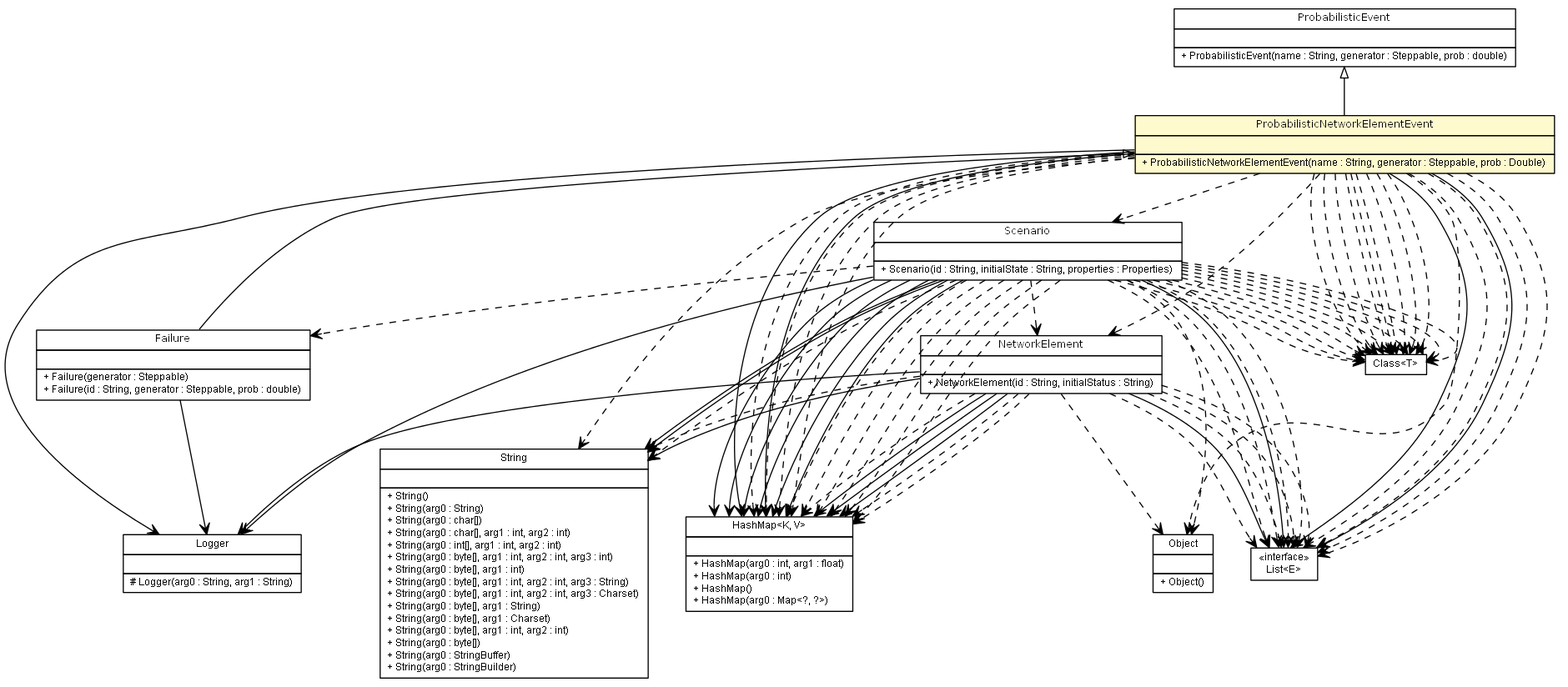
This is apidocs/es/upm/dit/gsi/shanks/model/event/networkelement/ProbabilisticNetworkElementEvent.png from gsi-upm/Shanks, a Graphviz export, as it was before one commit. Its source is kept beside it as apidocs/es/upm/dit/gsi/shanks/model/event/networkelement/ProbabilisticNetworkElementEvent.dot.
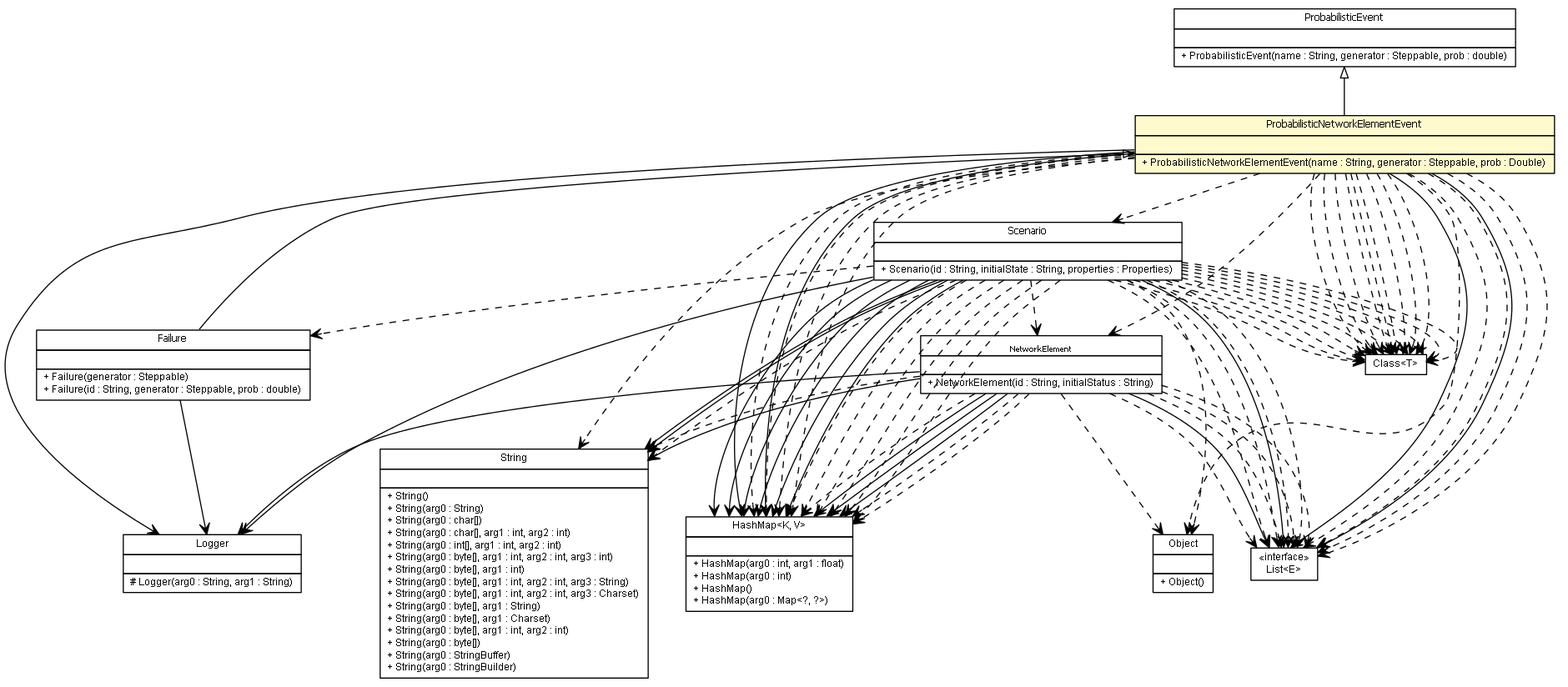
The same diagram one commit later.

What changed in the source:
```diff
@@ -85,59 +85,59 @@
 	c6048:p -> c6076:p [taillabel="", label="", headlabel="", fontname="arial", fontcolor="black", fontsize=10.0, color="black", arrowhead=open];
 	c6048:p -> c6076:p [taillabel="", label="", headlabel="", fontname="arial", fontcolor="black", fontsize=10.0, color="black", arrowhead=open];
 	c6031:p -> c6077:p [taillabel="", label="", headlabel="", fontname="arial", fontcolor="black", fontsize=10.0, color="black", arrowhead=open, style=dashed];
-	c6031:p -> c6076:p [taillabel="", label="", headlabel="", fontname="arial", fontcolor="black", fontsize=10.0, color="black", arrowhead=open, style=dashed];
-	c6031:p -> c6077:p [taillabel="", label="", headlabel="", fontname="arial", fontcolor="black", fontsize=10.0, color="black", arrowhead=open, style=dashed];
-	c6031:p -> c6076:p [taillabel="", label="", headlabel="", fontname="arial", fontcolor="black", fontsize=10.0, color="black", arrowhead=open, style=dashed];
 	c6031:p -> c6077:p [taillabel="", label="", headlabel="", fontname="arial", fontcolor="black", fontsize=10.0, color="black", arrowhead=open, style=dashed];
 	c6031:p -> c6075:p [taillabel="", label="", headlabel="", fontname="arial", fontcolor="black", fontsize=10.0, color="black", arrowhead=open, style=dashed];
 	c6031:p -> c6076:p [taillabel="", label="", headlabel="", fontname="arial", fontcolor="black", fontsize=10.0, color="black", arrowhead=open, style=dashed];
 	c6031:p -> c6077:p [taillabel="", label="", headlabel="", fontname="arial", fontcolor="black", fontsize=10.0, color="black", arrowhead=open, style=dashed];
+	c6031:p -> c6077:p [taillabel="", label="", headlabel="", fontname="arial", fontcolor="black", fontsize=10.0, color="black", arrowhead=open, style=dashed];
+	c6031:p -> c6076:p [taillabel="", label="", headlabel="", fontname="arial", fontcolor="black", fontsize=10.0, color="black", arrowhead=open, style=dashed];
+	c6031:p -> c6076:p [taillabel="", label="", headlabel="", fontname="arial", fontcolor="black", fontsize=10.0, color="black", arrowhead=open, style=dashed];
 	c6031:p -> c6078:p [taillabel="", label="", headlabel="", fontname="arial", fontcolor="black", fontsize=10.0, color="black", arrowhead=open, style=dashed];
+	c6044:p -> c6076:p [taillabel="", label="", headlabel="", fontname="arial", fontcolor="black", fontsize=10.0, color="black", arrowhead=open, style=dashed];
+	c6044:p -> c6077:p [taillabel="", label="", headlabel="", fontname="arial", fontcolor="black", fontsize=10.0, color="black", arrowhead=open, style=dashed];
+	c6044:p -> c6079:p [taillabel="", label="", headlabel="", fontname="arial", fontcolor="black", fontsize=10.0, color="black", arrowhead=open, style=dashed];
+	c6044:p -> c6079:p [taillabel="", label="", headlabel="", fontname="arial", fontcolor="black", fontsize=10.0, color="black", arrowhead=open, style=dashed];
+	c6044:p -> c6075:p [taillabel="", label="", headlabel="", fontname="arial", fontcolor="black", fontsize=10.0, color="black", arrowhead=open, style=dashed];
+	c6044:p -> c6076:p [taillabel="", label="", headlabel="", fontname="arial", fontcolor="black", fontsize=10.0, color="black", arrowhead=open, style=dashed];
+	c6044:p -> c6077:p [taillabel="", label="", headlabel="", fontname="arial", fontcolor="black", fontsize=10.0, color="black", arrowhead=open, style=dashed];
+	c6044:p -> c6048:p [taillabel="", label="", headlabel="", fontname="arial", fontcolor="black", fontsize=10.0, color="black", arrowhead=open, style=dashed];
 	c6044:p -> c6079:p [taillabel="", label="", headlabel="", fontname="arial", fontcolor="black", fontsize=10.0, color="black", arrowhead=open, style=dashed];
 	c6044:p -> c6076:p [taillabel="", label="", headlabel="", fontname="arial", fontcolor="black", fontsize=10.0, color="black", arrowhead=open, style=dashed];
 	c6044:p -> c6079:p [taillabel="", label="", headlabel="", fontname="arial", fontcolor="black", fontsize=10.0, color="black", arrowhead=open, style=dashed];
+	c6044:p -> c6077:p [taillabel="", label="", headlabel="", fontname="arial", fontcolor="black", fontsize=10.0, color="black", arrowhead=open, style=dashed];
 	c6044:p -> c6076:p [taillabel="", label="", headlabel="", fontname="arial", fontcolor="black", fontsize=10.0, color="black", arrowhead=open, style=dashed];
 	c6044:p -> c6079:p [taillabel="", label="", headlabel="", fontname="arial", fontcolor="black", fontsize=10.0, color="black", arrowhead=open, style=dashed];
+	c6044:p -> c6031:p [taillabel="", label="", headlabel="", fontname="arial", fontcolor="black", fontsize=10.0, color="black", arrowhead=open, style=dashed];
 	c6044:p -> c6079:p [taillabel="", label="", headlabel="", fontname="arial", fontcolor="black", fontsize=10.0, color="black", arrowhead=open, style=dashed];
+	c6044:p -> c6077:p [taillabel="", label="", headlabel="", fontname="arial", fontcolor="black", fontsize=10.0, color="black", arrowhead=open, style=dashed];
 	c6044:p -> c6079:p [taillabel="", label="", headlabel="", fontname="arial", fontcolor="black", fontsize=10.0, color="black", arrowhead=open, style=dashed];
 	c6044:p -> c6079:p [taillabel="", label="", headlabel="", fontname="arial", fontcolor="black", fontsize=10.0, color="black", arrowhead=open, style=dashed];
 	c6044:p -> c6078:p [taillabel="", label="", headlabel="", fontname="arial", fontcolor="black", fontsize=10.0, color="black", arrowhead=open, style=dashed];
-	c6044:p -> c6077:p [taillabel="", label="", headlabel="", fontname="arial", fontcolor="black", fontsize=10.0, color="black", arrowhead=open, style=dashed];
 	c6044:p -> c6079:p [taillabel="", label="", headlabel="", fontname="arial", fontcolor="black", fontsize=10.0, color="black", arrowhead=open, style=dashed];
-	c6044:p -> c6077:p [taillabel="", label="", headlabel="", fontname="arial", fontcolor="black", fontsize=10.0, color="black", arrowhead=open, style=dashed];
-	c6044:p -> c6031:p [taillabel="", label="", headlabel="", fontname="arial", fontcolor="black", fontsize=10.0, color="black", arrowhead=open, style=dashed];
-	c6044:p -> c6079:p [taillabel="", label="", headlabel="", fontname="arial", fontcolor="black", fontsize=10.0, color="black", arrowhead=open, style=dashed];
-	c6044:p -> c6077:p [taillabel="", label="", headlabel="", fontname="arial", fontcolor="black", fontsize=10.0, color="black", arrowhead=open, style=dashed];
-	c6044:p -> c6077:p [taillabel="", label="", headlabel="", fontname="arial", fontcolor="black", fontsize=10.0, color="black", arrowhead=open, style=dashed];
-	c6044:p -> c6048:p [taillabel="", label="", headlabel="", fontname="arial", fontcolor="black", fontsize=10.0, color="black", arrowhead=open, style=dashed];
-	c6044:p -> c6075:p [taillabel="", label="", headlabel="", fontname="arial", fontcolor="black", fontsize=10.0, color="black", arrowhead=open, style=dashed];
-	c6044:p -> c6079:p [taillabel="", label="", headlabel="", fontname="arial", fontcolor="black", fontsize=10.0, color="black", arrowhead=open, style=dashed];
-	c6044:p -> c6076:p [taillabel="", label="", headlabel="", fontname="arial", fontcolor="black", fontsize=10.0, color="black", arrowhead=open, style=dashed];
-	c6044:p -> c6076:p [taillabel="", label="", headlabel="", fontname="arial", fontcolor="black", fontsize=10.0, color="black", arrowhead=open, style=dashed];
-	c6048:p -> c6076:p [taillabel="", label="", headlabel="", fontname="arial", fontcolor="black", fontsize=10.0, color="black", arrowhead=open, style=dashed];
-	c6048:p -> c6076:p [taillabel="", label="", headlabel="", fontname="arial", fontcolor="black", fontsize=10.0, color="black", arrowhead=open, style=dashed];
-	c6048:p -> c6079:p [taillabel="", label="", headlabel="", fontname="arial", fontcolor="black", fontsize=10.0, color="black", arrowhead=open, style=dashed];
-	c6048:p -> c6076:p [taillabel="", label="", headlabel="", fontname="arial", fontcolor="black", fontsize=10.0, color="black", arrowhead=open, style=dashed];
-	c6048:p -> c6031:p [taillabel="", label="", headlabel="", fontname="arial", fontcolor="black", fontsize=10.0, color="black", arrowhead=open, style=dashed];
-	c6048:p -> c6079:p [taillabel="", label="", headlabel="", fontname="arial", fontcolor="black", fontsize=10.0, color="black", arrowhead=open, style=dashed];
-	c6048:p -> c6077:p [taillabel="", label="", headlabel="", fontname="arial", fontcolor="black", fontsize=10.0, color="black", arrowhead=open, style=dashed];
-	c6048:p -> c6079:p [taillabel="", label="", headlabel="", fontname="arial", fontcolor="black", fontsize=10.0, color="black", arrowhead=open, style=dashed];
 	c6048:p -> c6075:p [taillabel="", label="", headlabel="", fontname="arial", fontcolor="black", fontsize=10.0, color="black", arrowhead=open, style=dashed];
 	c6048:p -> c6079:p [taillabel="", label="", headlabel="", fontname="arial", fontcolor="black", fontsize=10.0, color="black", arrowhead=open, style=dashed];
 	c6048:p -> c6079:p [taillabel="", label="", headlabel="", fontname="arial", fontcolor="black", fontsize=10.0, color="black", arrowhead=open, style=dashed];
-	c6048:p -> c6041:p [taillabel="", label="", headlabel="", fontname="arial", fontcolor="black", fontsize=10.0, color="black", arrowhead=open, style=dashed];
+	c6048:p -> c6079:p [taillabel="", label="", headlabel="", fontname="arial", fontcolor="black", fontsize=10.0, color="black", arrowhead=open, style=dashed];
+	c6048:p -> c6079:p [taillabel="", label="", headlabel="", fontname="arial", fontcolor="black", fontsize=10.0, color="black", arrowhead=open, style=dashed];
+	c6048:p -> c6079:p [taillabel="", label="", headlabel="", fontname="arial", fontcolor="black", fontsize=10.0, color="black", arrowhead=open, style=dashed];
 	c6048:p -> c6076:p [taillabel="", label="", headlabel="", fontname="arial", fontcolor="black", fontsize=10.0, color="black", arrowhead=open, style=dashed];
-	c6048:p -> c6079:p [taillabel="", label="", headlabel="", fontname="arial", fontcolor="black", fontsize=10.0, color="black", arrowhead=open, style=dashed];
-	c6048:p -> c6077:p [taillabel="", label="", headlabel="", fontname="arial", fontcolor="black", fontsize=10.0, color="black", arrowhead=open, style=dashed];
-	c6048:p -> c6079:p [taillabel="", label="", headlabel="", fontname="arial", fontcolor="black", fontsize=10.0, color="black", arrowhead=open, style=dashed];
+	c6048:p -> c6076:p [taillabel="", label="", headlabel="", fontname="arial", fontcolor="black", fontsize=10.0, color="black", arrowhead=open, style=dashed];
 	c6048:p -> c6079:p [taillabel="", label="", headlabel="", fontname="arial", fontcolor="black", fontsize=10.0, color="black", arrowhead=open, style=dashed];
 	c6048:p -> c6078:p [taillabel="", label="", headlabel="", fontname="arial", fontcolor="black", fontsize=10.0, color="black", arrowhead=open, style=dashed];
 	c6048:p -> c6079:p [taillabel="", label="", headlabel="", fontname="arial", fontcolor="black", fontsize=10.0, color="black", arrowhead=open, style=dashed];
 	c6048:p -> c6076:p [taillabel="", label="", headlabel="", fontname="arial", fontcolor="black", fontsize=10.0, color="black", arrowhead=open, style=dashed];
+	c6048:p -> c6076:p [taillabel="", label="", headlabel="", fontname="arial", fontcolor="black", fontsize=10.0, color="black", arrowhead=open, style=dashed];
+	c6048:p -> c6041:p [taillabel="", label="", headlabel="", fontname="arial", fontcolor="black", fontsize=10.0, color="black", arrowhead=open, style=dashed];
+	c6048:p -> c6077:p [taillabel="", label="", headlabel="", fontname="arial", fontcolor="black", fontsize=10.0, color="black", arrowhead=open, style=dashed];
+	c6048:p -> c6076:p [taillabel="", label="", headlabel="", fontname="arial", fontcolor="black", fontsize=10.0, color="black", arrowhead=open, style=dashed];
+	c6048:p -> c6079:p [taillabel="", label="", headlabel="", fontname="arial", fontcolor="black", fontsize=10.0, color="black", arrowhead=open, style=dashed];
+	c6048:p -> c6031:p [taillabel="", label="", headlabel="", fontname="arial", fontcolor="black", fontsize=10.0, color="black", arrowhead=open, style=dashed];
+	c6048:p -> c6077:p [taillabel="", label="", headlabel="", fontname="arial", fontcolor="black", fontsize=10.0, color="black", arrowhead=open, style=dashed];
 	c6048:p -> c6079:p [taillabel="", label="", headlabel="", fontname="arial", fontcolor="black", fontsize=10.0, color="black", arrowhead=open, style=dashed];
 	c6048:p -> c6077:p [taillabel="", label="", headlabel="", fontname="arial", fontcolor="black", fontsize=10.0, color="black", arrowhead=open, style=dashed];
+	c6048:p -> c6076:p [taillabel="", label="", headlabel="", fontname="arial", fontcolor="black", fontsize=10.0, color="black", arrowhead=open, style=dashed];
+	c6048:p -> c6079:p [taillabel="", label="", headlabel="", fontname="arial", fontcolor="black", fontsize=10.0, color="black", arrowhead=open, style=dashed];
 	c6048:p -> c6077:p [taillabel="", label="", headlabel="", fontname="arial", fontcolor="black", fontsize=10.0, color="black", arrowhead=open, style=dashed];
-	c6048:p -> c6076:p [taillabel="", label="", headlabel="", fontname="arial", fontcolor="black", fontsize=10.0, color="black", arrowhead=open, style=dashed];
 	c6079 [label=<<table title="java.lang.Class" border="0" cellborder="1" cellspacing="0" cellpadding="2" port="p" href="http://java.sun.com/j2se/1.4.2/docs/api/java/lang/Class.html">
 		<tr><td><table border="0" cellspacing="0" cellpadding="1">
 <tr><td align="center" balign="center"> Class&lt;T&gt; </td></tr>
```
